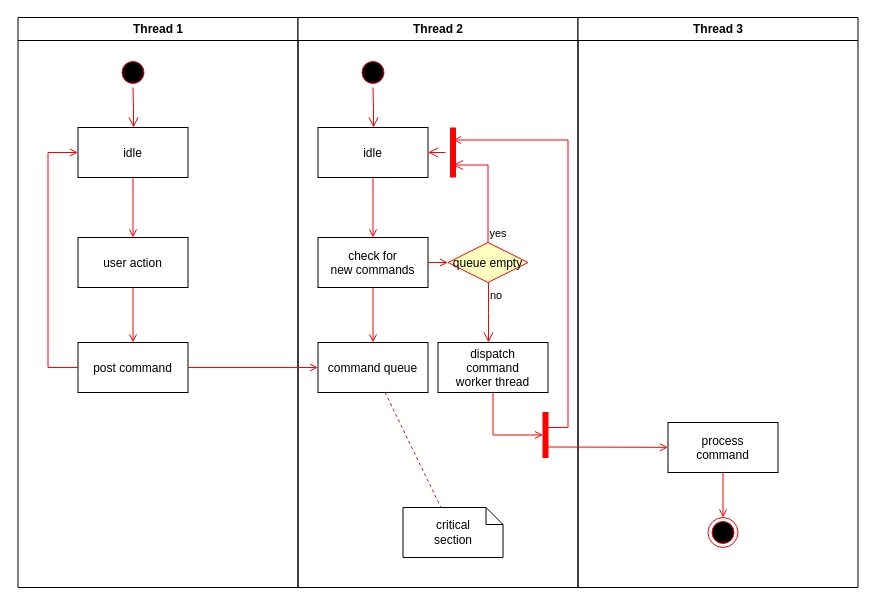
Earlier version of the draw.io diagram Untitled Diagram.drawio (colXavGig/FortisBankSystem). Source tidied: cells renumbered, new cells numbered last; positions are measured from the earlier drawing's top-left corner, leaving out a move shared by most shapes. Both pictures are drawn from the tidied source at 100%, with x=0, y=0 at pixel (17, 17).
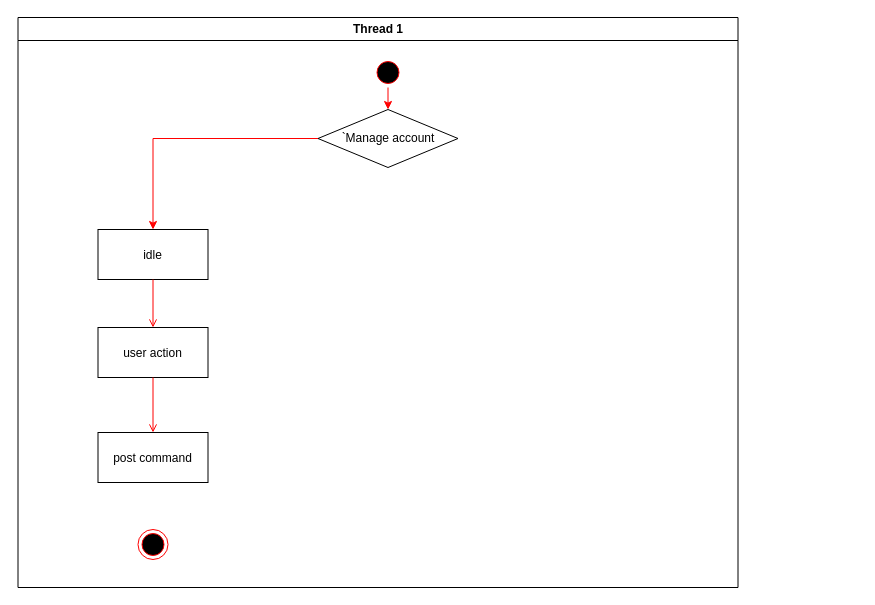
After the change.

What changed in the source:
```diff
@@
     <mxCell id="2" value="Thread 1" style="swimlane;whiteSpace=wrap;" parent="1" vertex="1">
-      <mxGeometry x="0.5" width="280" height="570" as="geometry" />
+      <mxGeometry x="0.5" width="720" height="570" as="geometry" />
     </mxCell>
+    <mxCell id="37" style="edgeStyle=orthogonalEdgeStyle;rounded=0;jettySize=auto;html=1;exitX=0.5;exitY=1;exitDx=0;exitDy=0;entryX=0.5;entryY=0;entryDx=0;entryDy=0;strokeColor=#FF0000;" parent="2" edge="1" source="3" target="39">
+      <mxGeometry relative="1" as="geometry" />
+    </mxCell>
     <mxCell id="3" style="ellipse;shape=startState;fillColor=#000000;strokeColor=#ff0000;" parent="2" vertex="1">
-      <mxGeometry x="100" y="40" width="30" height="30" as="geometry" />
+      <mxGeometry x="355" y="40" width="30" height="30" as="geometry" />
     </mxCell>
-    <mxCell id="4" style="edgeStyle=elbowEdgeStyle;elbow=horizontal;verticalAlign=bottom;endArrow=open;endSize=8;strokeColor=#FF0000;endFill=1;rounded=0;" parent="2" edge="1" source="3" target="5">
-      <mxGeometry x="100" y="40" as="geometry" />
-    </mxCell>
     <mxCell id="5" value="idle" parent="2" vertex="1">
-      <mxGeometry x="60" y="110" width="110" height="50" as="geometry" />
+      <mxGeometry x="80" y="212" width="110" height="50" as="geometry" />
     </mxCell>
     <mxCell id="6" value="user action" parent="2" vertex="1">
-      <mxGeometry x="60" y="220" width="110" height="50" as="geometry" />
+      <mxGeometry x="80" y="310" width="110" height="50" as="geometry" />
     </mxCell>
@@
     <mxCell id="8" value="post command" parent="2" vertex="1">
-      <mxGeometry x="60" y="325" width="110" height="50" as="geometry" />
+      <mxGeometry x="80" y="415" width="110" height="50" as="geometry" />
     </mxCell>
@@
-    <mxCell id="10" style="edgeStyle=elbowEdgeStyle;elbow=horizontal;strokeColor=#FF0000;endArrow=open;endFill=1;rounded=0;" parent="2" edge="1" source="8" target="5">
-      <mxGeometry relative="1" as="geometry">
-        <Array as="points">
-          <mxPoint x="30" y="250" />
-        </Array>
-      </mxGeometry>
-    </mxCell>
-    <mxCell id="11" value="Thread 2" style="swimlane;whiteSpace=wrap;" parent="1" vertex="1">
-      <mxGeometry x="280.5" width="280" height="570" as="geometry" />
-    </mxCell>
-    <mxCell id="12" style="ellipse;shape=startState;fillColor=#000000;strokeColor=#ff0000;" parent="11" vertex="1">
-      <mxGeometry x="60" y="40" width="30" height="30" as="geometry" />
-    </mxCell>
-    <mxCell id="13" style="edgeStyle=elbowEdgeStyle;elbow=horizontal;verticalAlign=bottom;endArrow=open;endSize=8;strokeColor=#FF0000;endFill=1;rounded=0;" parent="11" edge="1" source="12" target="14">
-      <mxGeometry x="40" y="20" as="geometry" />
-    </mxCell>
-    <mxCell id="14" value="idle" parent="11" vertex="1">
-      <mxGeometry x="20" y="110" width="110" height="50" as="geometry" />
-    </mxCell>
-    <mxCell id="15" value="check for &#10;new commands" parent="11" vertex="1">
-      <mxGeometry x="20" y="220" width="110" height="50" as="geometry" />
-    </mxCell>
-    <mxCell id="16" style="endArrow=open;strokeColor=#FF0000;endFill=1;rounded=0;" parent="11" edge="1" source="14" target="15">
-      <mxGeometry relative="1" as="geometry" />
-    </mxCell>
-    <mxCell id="17" value="command queue" parent="11" vertex="1">
-      <mxGeometry x="20" y="325" width="110" height="50" as="geometry" />
-    </mxCell>
-    <mxCell id="18" style="endArrow=open;strokeColor=#FF0000;endFill=1;rounded=0;" parent="11" edge="1" source="15" target="17">
-      <mxGeometry relative="1" as="geometry" />
-    </mxCell>
-    <mxCell id="19" value="queue empty" style="rhombus;fillColor=#ffffc0;strokeColor=#ff0000;" parent="11" vertex="1">
-      <mxGeometry x="150" y="225" width="80" height="40" as="geometry" />
-    </mxCell>
-    <mxCell id="20" value="yes" style="edgeStyle=elbowEdgeStyle;elbow=horizontal;align=left;verticalAlign=bottom;endArrow=open;endSize=8;strokeColor=#FF0000;exitX=0.5;exitY=0;endFill=1;rounded=0;entryX=0.75;entryY=0.5;entryPerimeter=0;" parent="11" edge="1" source="19" target="23">
-      <mxGeometry x="-1" relative="1" as="geometry">
-        <Array as="points">
-          <mxPoint x="190" y="180" />
-        </Array>
-      </mxGeometry>
-    </mxCell>
-    <mxCell id="21" value="no" style="edgeStyle=elbowEdgeStyle;elbow=horizontal;align=left;verticalAlign=top;endArrow=open;endSize=8;strokeColor=#FF0000;endFill=1;rounded=0;" parent="11" edge="1" source="19" target="25">
-      <mxGeometry x="-1" relative="1" as="geometry" />
-    </mxCell>
-    <mxCell id="22" style="endArrow=open;strokeColor=#FF0000;endFill=1;rounded=0;" parent="11" edge="1" source="15" target="19">
-      <mxGeometry relative="1" as="geometry" />
-    </mxCell>
-    <mxCell id="23" style="shape=line;strokeWidth=6;strokeColor=#ff0000;rotation=90;" parent="11" vertex="1">
-      <mxGeometry x="130" y="127.5" width="50" height="15" as="geometry" />
-    </mxCell>
-    <mxCell id="24" style="edgeStyle=elbowEdgeStyle;elbow=horizontal;verticalAlign=bottom;endArrow=open;endSize=8;strokeColor=#FF0000;endFill=1;rounded=0;" parent="11" edge="1" source="23" target="14">
-      <mxGeometry x="130" y="90" as="geometry" />
-    </mxCell>
-    <mxCell id="25" value="dispatch&#10;command&#10;worker thread" parent="11" vertex="1">
-      <mxGeometry x="140" y="325" width="110" height="50" as="geometry" />
-    </mxCell>
-    <mxCell id="26" value="critical&#10;section" style="shape=note;whiteSpace=wrap;size=17;" parent="11" vertex="1">
-      <mxGeometry x="105" y="490" width="100" height="50" as="geometry" />
-    </mxCell>
-    <mxCell id="27" style="endArrow=none;strokeColor=#FF0000;endFill=0;rounded=0;dashed=1;" parent="11" edge="1" source="17" target="26">
-      <mxGeometry relative="1" as="geometry" />
-    </mxCell>
-    <mxCell id="28" style="whiteSpace=wrap;strokeColor=#FF0000;fillColor=#FF0000;" parent="11" vertex="1">
-      <mxGeometry x="245" y="395" width="5" height="45" as="geometry" />
-    </mxCell>
-    <mxCell id="29" style="edgeStyle=elbowEdgeStyle;elbow=horizontal;entryX=0;entryY=0.5;strokeColor=#FF0000;endArrow=open;endFill=1;rounded=0;" parent="11" edge="1" source="25" target="28">
-      <mxGeometry relative="1" as="geometry">
-        <Array as="points">
-          <mxPoint x="195" y="400" />
-        </Array>
-      </mxGeometry>
-    </mxCell>
-    <mxCell id="30" value="Thread 3" style="swimlane;whiteSpace=wrap;" parent="1" vertex="1">
-      <mxGeometry x="560.5" width="280" height="570" as="geometry" />
-    </mxCell>
-    <mxCell id="31" value="process&#10;command" parent="30" vertex="1">
-      <mxGeometry x="90" y="405" width="110" height="50" as="geometry" />
-    </mxCell>
-    <mxCell id="32" style="edgeStyle=elbowEdgeStyle;elbow=horizontal;strokeColor=#FF0000;endArrow=open;endFill=1;rounded=0;entryX=0.25;entryY=0.5;entryPerimeter=0;" parent="30" edge="1" target="23">
-      <mxGeometry relative="1" as="geometry">
-        <mxPoint x="-30" y="410" as="sourcePoint" />
-        <Array as="points">
-          <mxPoint x="-10" y="135" />
-        </Array>
-      </mxGeometry>
-    </mxCell>
-    <mxCell id="33" style="edgeStyle=none;strokeColor=#FF0000;endArrow=open;endFill=1;rounded=0;" parent="30" edge="1" target="31">
-      <mxGeometry relative="1" as="geometry">
-        <mxPoint x="-30" y="429.5" as="sourcePoint" />
-      </mxGeometry>
-    </mxCell>
-    <mxCell id="34" style="ellipse;shape=endState;fillColor=#000000;strokeColor=#ff0000;" parent="30" vertex="1">
-      <mxGeometry x="130" y="500" width="30" height="30" as="geometry" />
+    <mxCell id="34" style="ellipse;shape=endState;fillColor=#000000;strokeColor=#ff0000;" parent="2" vertex="1">
+      <mxGeometry x="120" y="512" width="30" height="30" as="geometry" />
     </mxCell>
-    <mxCell id="35" style="endArrow=open;strokeColor=#FF0000;endFill=1;rounded=0;" parent="30" edge="1" source="31" target="34">
-      <mxGeometry relative="1" as="geometry" />
-    </mxCell>
-    <mxCell id="36" style="endArrow=open;strokeColor=#FF0000;endFill=1;rounded=0;" parent="1" edge="1" source="8" target="17">
-      <mxGeometry relative="1" as="geometry" />
-    </mxCell>
+    <mxCell id="38" style="edgeStyle=orthogonalEdgeStyle;rounded=0;jettySize=auto;html=1;exitX=0;exitY=0.5;exitDx=0;exitDy=0;strokeColor=#FF0000;" parent="2" edge="1" source="39" target="5">
+      <mxGeometry relative="1" as="geometry" />
+    </mxCell>
+    <mxCell id="39" value="`Manage account" style="rhombus;whiteSpace=wrap;html=1;" parent="2" vertex="1">
+      <mxGeometry x="300" y="92" width="140" height="58" as="geometry" />
+    </mxCell>
```
